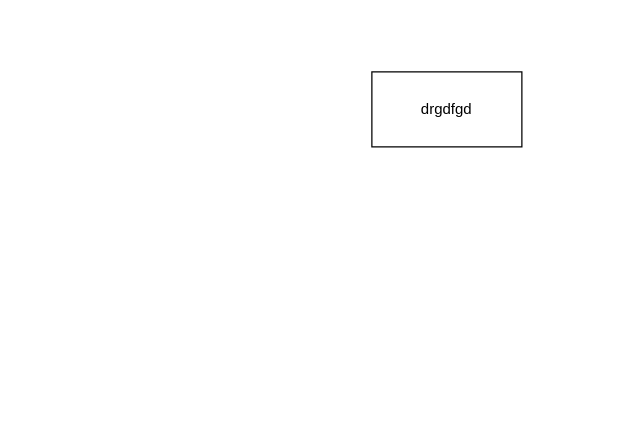
Before: pretraitement_bdd_bacus.drawio in dodviso/solagro_sql_bacus, a draw.io diagram. Source tidied: cells renumbered, new cells numbered last; positions are measured from the earlier drawing's top-left corner, leaving out a move shared by most shapes. Both pictures are drawn from the tidied source at 125%, with x=0, y=0 at pixel (371, 71).
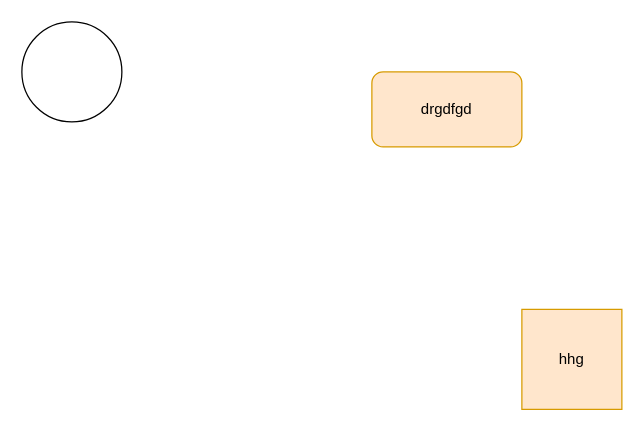
After the change.

Commit message (it also covers changes not shown here):
Mettre à jour pretraitement_bdd_bacus.drawio

Diff of the diagram source:
```diff
@@
 <mxGraphModel>
   <root>
     <mxCell id="0" />
     <mxCell id="1" parent="0" />
-    <mxCell id="2" value="drgdfgd" style="rounded=0;whiteSpace=wrap;html=1;" parent="1" vertex="1">
+    <mxCell id="2" value="drgdfgd" style="rounded=1;whiteSpace=wrap;html=1;fillColor=#ffe6cc;strokeColor=#d79b00;gradientColor=none;glass=0;shadow=0;" parent="1" vertex="1">
       <mxGeometry width="120" height="60" as="geometry" />
     </mxCell>
+    <mxCell id="3" value="hhg" style="whiteSpace=wrap;html=1;fillColor=#ffe6cc;strokeColor=#d79b00;" parent="1" vertex="1">
+      <mxGeometry x="120" y="190" width="80" height="80" as="geometry" />
+    </mxCell>
+    <mxCell id="4" style="ellipse;whiteSpace=wrap;html=1;" parent="1" vertex="1">
+      <mxGeometry x="-280" y="-40" width="80" height="80" as="geometry" />
+    </mxCell>
   </root>
 </mxGraphModel>
```
